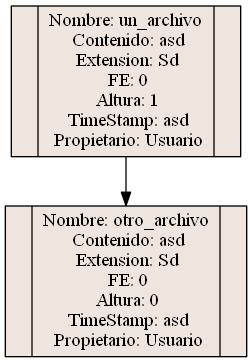
This is Proyecto2/Avl.png from Eduardo01004/EDD_2S2019_PY2_201612124, a Graphviz export, as it was before one commit. Its source is kept beside it as Proyecto2/Avl.dot.
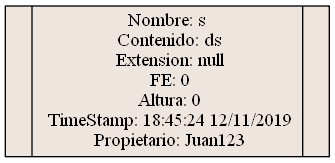
Later version of the same file.

Diff of the diagram source:
```diff
@@ -4,7 +4,5 @@
 
 node [shape=record, style=filled,fillcolor=seashell2,width=0.7,height=0.2];
 
-otro_archivo[label="<C0>|Nombre: otro_archivo&#92;n Contenido: asd&#92;n Extension: Sd&#92;n FE: 0&#92;n Altura: 0&#92;n TimeStamp: asd&#92;n Propietario: Usuario|<C1>"];
-un_archivo[label="<C0>|Nombre: un_archivo&#92;n Contenido: asd&#92;n Extension: Sd&#92;n FE: 0&#92;n Altura: 1&#92;n TimeStamp: asd&#92;n Propietario: Usuario|<C1>"];
-un_archivo->otro_archivo
+s[label="<C0>|Nombre: s&#92;n Contenido: ds&#92;n Extension: null&#92;n FE: 0&#92;n Altura: 0&#92;n TimeStamp: 18:45:24 12/11/2019&#92;n Propietario: Juan123|<C1>"];
 }
```
